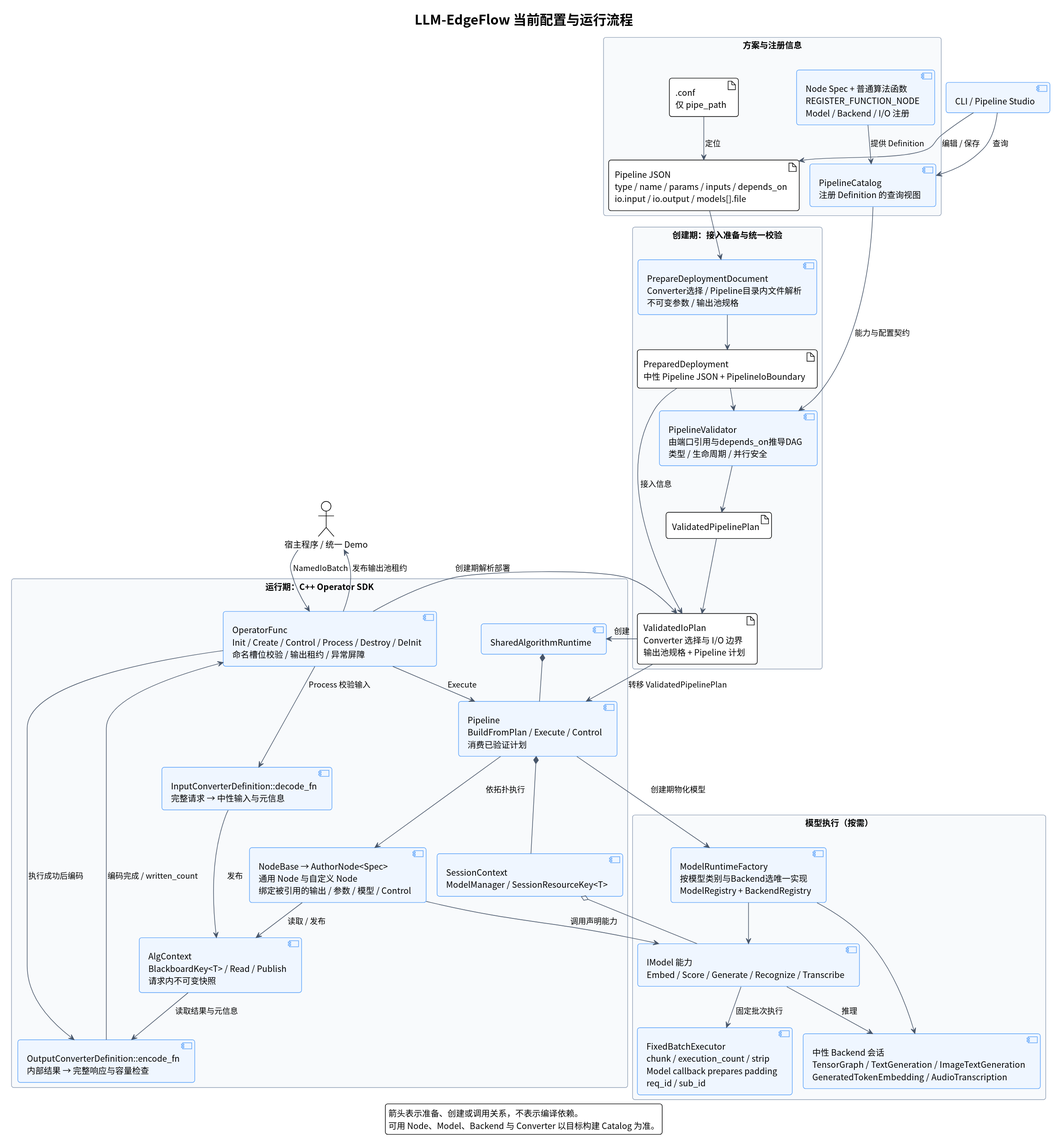
chamsechan/LLM-EdgeFlow keeps this PlantUML diagram as doc/assets/architecture_flow.svg. Above is the earlier version. Its source is kept beside it as doc/architecture_flow.puml.
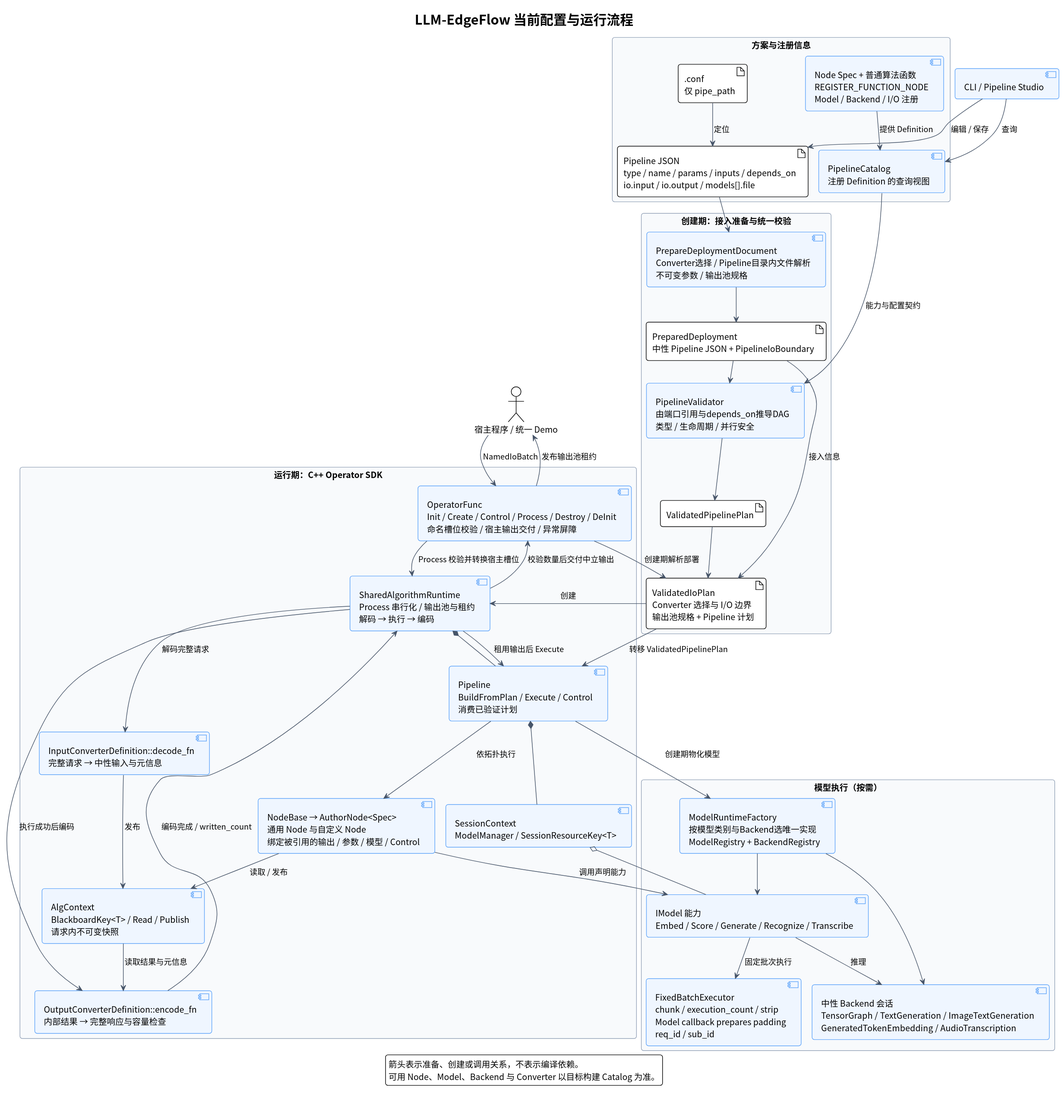
After the commit.

Change to the diagram source:
```diff
@@ -37,8 +37,8 @@
 }
 
 package "运行期：C++ Operator SDK" {
-  component "OperatorFunc\nInit / Create / Control / Process / Destroy / DeInit\n命名槽位校验 / 输出租约 / 异常屏障" as Operator
-  component "SharedAlgorithmRuntime" as Runtime
+  component "OperatorFunc\nInit / Create / Control / Process / Destroy / DeInit\n命名槽位校验 / 宿主输出交付 / 异常屏障" as Operator
+  component "SharedAlgorithmRuntime\nProcess 串行化 / 输出池与租约\n解码 → 执行 → 编码" as Runtime
   component "InputConverterDefinition::decode_fn\n完整请求 → 中性输入与元信息" as Decode
   component "OutputConverterDefinition::encode_fn\n内部结果 → 完整响应与容量检查" as Encode
   component "Pipeline\nBuildFromPlan / Execute / Control\n消费已验证计划" as Pipeline
@@ -75,16 +75,18 @@
 Factory --> Model
 Factory --> Backend
 Session o-- Model
-Operator --> Decode : Process 校验输入
+Operator --> Runtime : Process 校验并转换宿主槽位
+Runtime --> Decode : 解码完整请求
 Decode --> Context : 发布
-Operator --> Pipeline : Execute
+Runtime --> Pipeline : 租用输出后 Execute
 Pipeline --> Nodes : 依拓扑执行
 Nodes --> Context : 读取 / 发布
 Nodes --> Model : 调用声明能力
 Model --> Backend : 推理
 Model --> Batch : 固定批次执行
-Operator --> Encode : 执行成功后编码
+Runtime --> Encode : 执行成功后编码
 Context --> Encode : 读取结果与元信息
-Encode --> Operator : 编码完成 / written_count
+Encode --> Runtime : 编码完成 / written_count
+Runtime --> Operator : 校验数量后交付中立输出
 Operator --> Caller : 发布输出池租约
 @enduml
```
